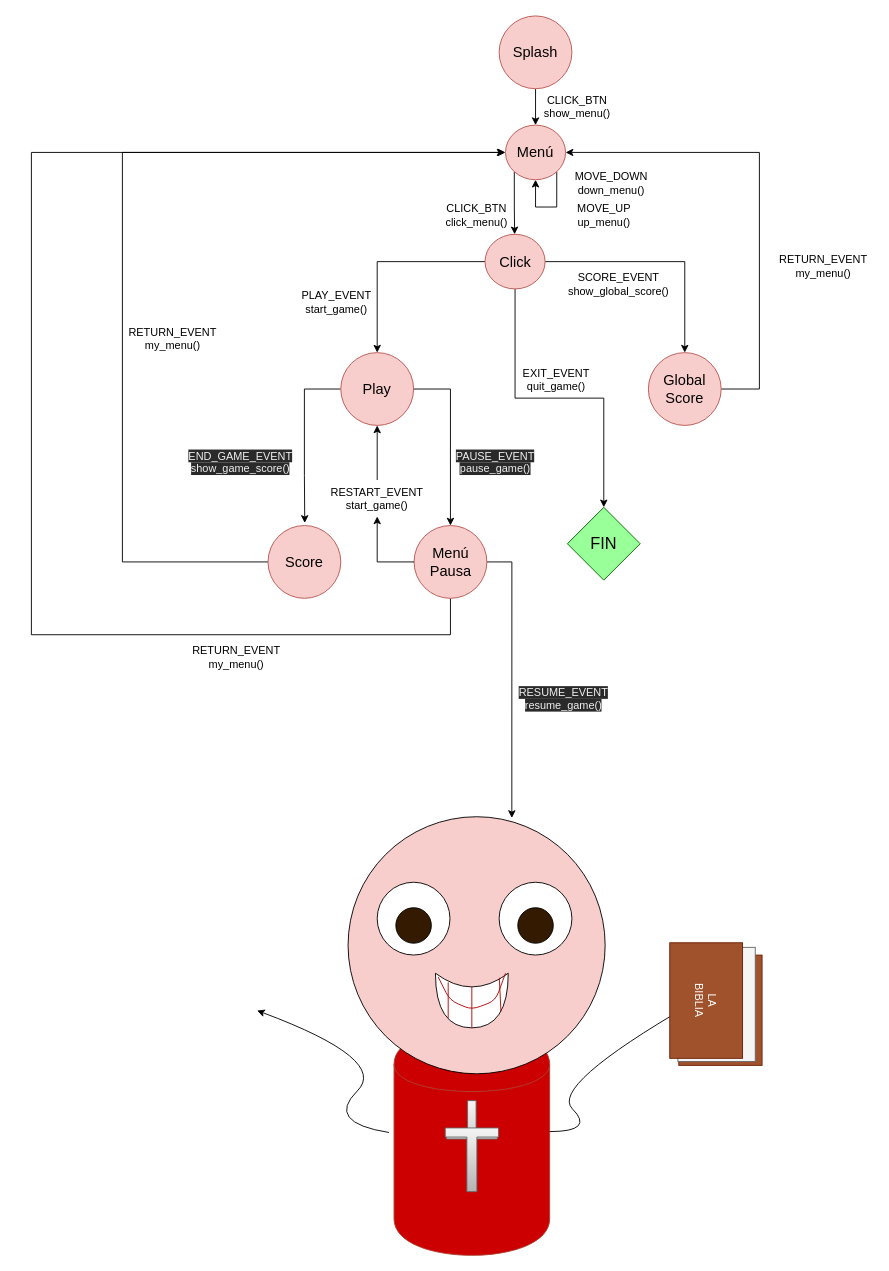
KevinWahle/Programacion-1-TP-Integrador keeps this draw.io diagram as some files/fsm_sketch.dio. Above is the earlier version. Source tidied: cells renumbered, new cells numbered last; positions are measured from the earlier drawing's top-left corner, leaving out a move shared by most shapes. Both pictures are drawn from the tidied source at 91%, with x=0, y=0 at pixel (31, 15).
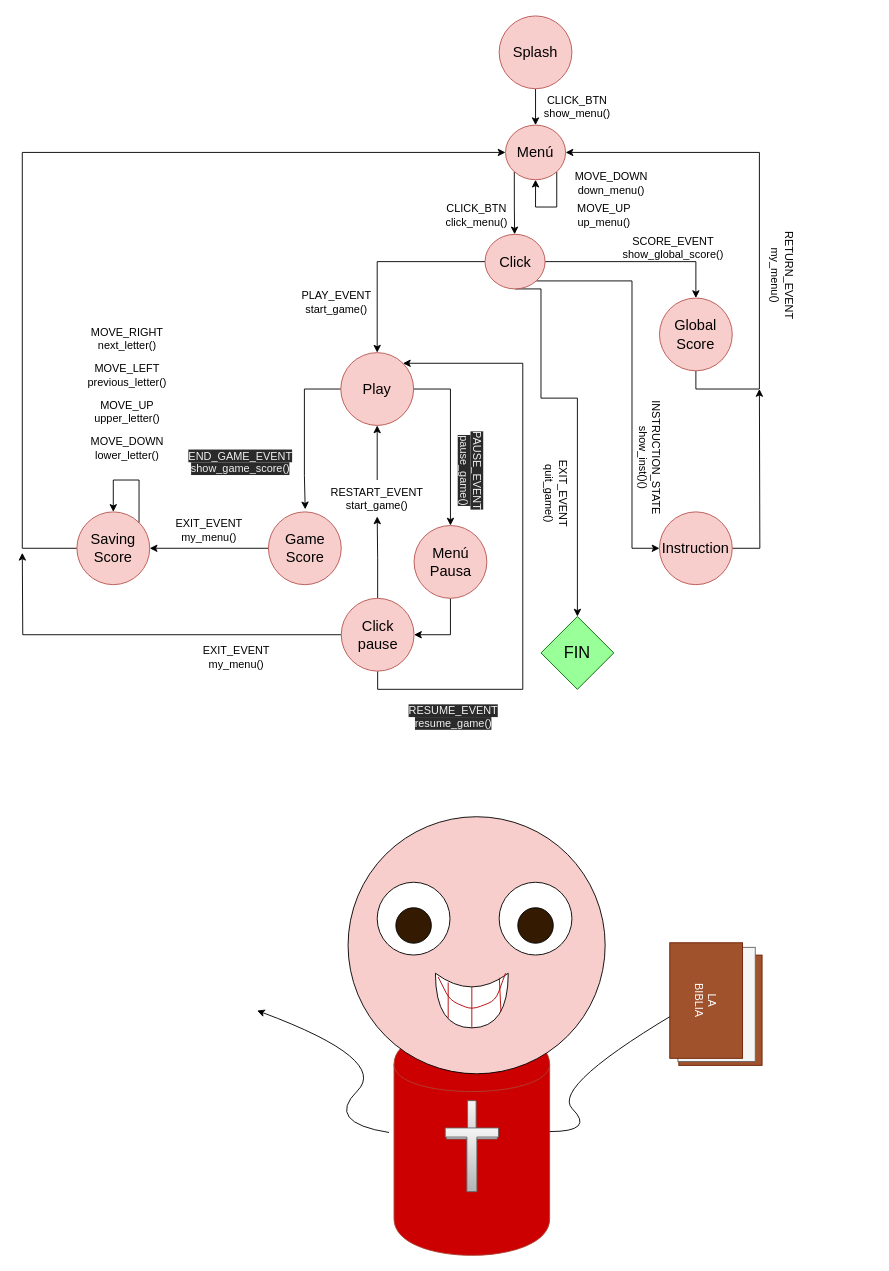
The same diagram, later.

The change refers to these unchanged cells:
```xml
<mxCell id="3" style="ellipse;whiteSpace=wrap;html=1;fillColor=#F8CECC;" parent="1" vertex="1">
  <mxGeometry x="348" y="880" width="282.5" height="282.5" as="geometry" />
</mxCell>
<mxCell id="6" value="Menú" style="ellipse;whiteSpace=wrap;html=1;fillColor=#f8cecc;strokeColor=#b85450;fontColor=#000000;fontSize=16;" parent="1" vertex="1">
  <mxGeometry x="521" y="120" width="66" height="60" as="geometry" />
</mxCell>
<mxCell id="15" value="Play" style="ellipse;whiteSpace=wrap;html=1;fillColor=#f8cecc;strokeColor=#b85450;fontColor=#000000;fontSize=16;" parent="1" vertex="1">
  <mxGeometry x="340" y="370" width="80" height="80" as="geometry" />
</mxCell>
<mxCell id="37" value="Click" style="ellipse;whiteSpace=wrap;html=1;fillColor=#f8cecc;strokeColor=#b85450;fontColor=#000000;fontSize=16;" parent="1" vertex="1">
  <mxGeometry x="498.5" y="240" width="66" height="60" as="geometry" />
</mxCell>
<mxCell id="47" value="Menú Pausa" style="ellipse;whiteSpace=wrap;html=1;fillColor=#f8cecc;strokeColor=#b85450;fontColor=#000000;fontSize=16;" parent="1" vertex="1">
  <mxGeometry x="420.5" y="560" width="80" height="80" as="geometry" />
</mxCell>
<mxCell id="51" value="&lt;font face=&quot;helvetica&quot;&gt;RESTART_EVENT&lt;br&gt;start_game()&lt;br&gt;&lt;br&gt;&lt;/font&gt;" style="text;whiteSpace=wrap;html=1;align=center;" parent="1" vertex="1">
  <mxGeometry x="330" y="510" width="100" height="40" as="geometry" />
</mxCell>
```

What changed in the source:
```diff
@@
     <mxCell id="10" value="Global Score" style="ellipse;whiteSpace=wrap;html=1;fillColor=#f8cecc;strokeColor=#b85450;fontColor=#000000;fontSize=16;" parent="1" vertex="1">
-      <mxGeometry x="678" y="370" width="80" height="80" as="geometry" />
+      <mxGeometry x="690.2" y="310" width="80" height="80" as="geometry" />
     </mxCell>
-    <mxCell id="11" value="EXIT_EVENT&lt;br&gt;quit_game()" style="text;html=1;strokeColor=none;fillColor=none;align=center;verticalAlign=middle;whiteSpace=wrap;rounded=0;" parent="1" vertex="1">
-      <mxGeometry x="534" y="365" width="86" height="70" as="geometry" />
+    <mxCell id="11" value="EXIT_EVENT&lt;br&gt;quit_game()" style="text;html=1;strokeColor=none;fillColor=none;align=center;verticalAlign=middle;whiteSpace=wrap;rounded=0;rotation=90;" parent="1" vertex="1">
+      <mxGeometry x="534" y="490" width="86" height="70" as="geometry" />
     </mxCell>
@@
     <mxCell id="36" style="edgeStyle=orthogonalEdgeStyle;rounded=0;jettySize=auto;html=1;exitX=0.5;exitY=1;exitDx=0;exitDy=0;entryX=0.5;entryY=0;entryDx=0;entryDy=0;" parent="1" edge="1" source="37" target="42">
-      <mxGeometry relative="1" as="geometry" />
+      <mxGeometry relative="1" as="geometry">
+        <Array as="points">
+          <mxPoint x="560" y="300" />
+          <mxPoint x="560" y="420" />
+          <mxPoint x="600" y="420" />
+        </Array>
+      </mxGeometry>
     </mxCell>
+    <mxCell id="56" style="edgeStyle=orthogonalEdgeStyle;rounded=0;jettySize=auto;html=1;exitX=1;exitY=1;exitDx=0;exitDy=0;entryX=0;entryY=0.5;entryDx=0;entryDy=0;" parent="1" edge="1" source="37" target="65">
+      <mxGeometry relative="1" as="geometry">
+        <Array as="points">
+          <mxPoint x="660" y="291" />
+          <mxPoint x="660" y="585" />
+        </Array>
+      </mxGeometry>
+    </mxCell>
@@
     <mxCell id="40" value="SCORE_EVENT&lt;br&gt;show_global_score()" style="text;html=1;align=center;verticalAlign=middle;" parent="1" vertex="1">
-      <mxGeometry x="580" y="280" width="130" height="30" as="geometry" />
+      <mxGeometry x="640.2" y="240" width="130" height="30" as="geometry" />
     </mxCell>
-    <mxCell id="41" value="&lt;span style=&quot;color: rgb(240 , 240 , 240) ; font-family: &amp;#34;helvetica&amp;#34; ; font-size: 12px ; font-style: normal ; font-weight: 400 ; letter-spacing: normal ; text-indent: 0px ; text-transform: none ; word-spacing: 0px ; background-color: rgb(42 , 42 , 42) ; float: none ; display: inline&quot;&gt;PAUSE_EVENT&lt;/span&gt;&lt;br style=&quot;color: rgb(240 , 240 , 240) ; font-family: &amp;#34;helvetica&amp;#34; ; font-size: 12px ; font-style: normal ; font-weight: 400 ; letter-spacing: normal ; text-indent: 0px ; text-transform: none ; word-spacing: 0px ; background-color: rgb(42 , 42 , 42)&quot;&gt;&lt;span style=&quot;color: rgb(240 , 240 , 240) ; font-family: &amp;#34;helvetica&amp;#34; ; font-size: 12px ; font-style: normal ; font-weight: 400 ; letter-spacing: normal ; text-indent: 0px ; text-transform: none ; word-spacing: 0px ; background-color: rgb(42 , 42 , 42) ; float: none ; display: inline&quot;&gt;pause_game()&lt;/span&gt;" style="text;whiteSpace=wrap;html=1;align=center;" parent="1" vertex="1">
-      <mxGeometry x="460" y="470" width="100" height="40" as="geometry" />
+    <mxCell id="41" value="&lt;span style=&quot;color: rgb(240 , 240 , 240) ; font-family: &amp;#34;helvetica&amp;#34; ; font-size: 12px ; font-style: normal ; font-weight: 400 ; letter-spacing: normal ; text-indent: 0px ; text-transform: none ; word-spacing: 0px ; background-color: rgb(42 , 42 , 42) ; float: none ; display: inline&quot;&gt;PAUSE_EVENT&lt;/span&gt;&lt;br style=&quot;color: rgb(240 , 240 , 240) ; font-family: &amp;#34;helvetica&amp;#34; ; font-size: 12px ; font-style: normal ; font-weight: 400 ; letter-spacing: normal ; text-indent: 0px ; text-transform: none ; word-spacing: 0px ; background-color: rgb(42 , 42 , 42)&quot;&gt;&lt;span style=&quot;color: rgb(240 , 240 , 240) ; font-family: &amp;#34;helvetica&amp;#34; ; font-size: 12px ; font-style: normal ; font-weight: 400 ; letter-spacing: normal ; text-indent: 0px ; text-transform: none ; word-spacing: 0px ; background-color: rgb(42 , 42 , 42) ; float: none ; display: inline&quot;&gt;pause_game()&lt;/span&gt;" style="text;whiteSpace=wrap;html=1;align=center;rotation=90;" parent="1" vertex="1">
+      <mxGeometry x="434" y="480" width="100" height="40" as="geometry" />
     </mxCell>
     <mxCell id="42" value="&lt;font style=&quot;font-size: 18px&quot;&gt;FIN&lt;/font&gt;" style="rhombus;whiteSpace=wrap;html=1;fillColor=#99FF99;strokeColor=#006600;" parent="1" vertex="1">
-      <mxGeometry x="589" y="540" width="80" height="80" as="geometry" />
+      <mxGeometry x="560" y="660" width="80" height="80" as="geometry" />
     </mxCell>
-    <mxCell id="43" style="edgeStyle=orthogonalEdgeStyle;rounded=0;jettySize=auto;html=1;exitX=0;exitY=0.5;exitDx=0;exitDy=0;" parent="1" edge="1" source="44">
-      <mxGeometry relative="1" as="geometry">
-        <mxPoint x="520" y="150" as="targetPoint" />
-        <Array as="points">
-          <mxPoint x="100" y="600" />
-          <mxPoint x="100" y="150" />
-        </Array>
-      </mxGeometry>
-    </mxCell>
+    <mxCell id="57" style="edgeStyle=orthogonalEdgeStyle;rounded=0;jettySize=auto;html=1;exitX=0;exitY=0.5;exitDx=0;exitDy=0;entryX=1;entryY=0.5;entryDx=0;entryDy=0;" parent="1" edge="1" source="44" target="63">
+      <mxGeometry relative="1" as="geometry" />
+    </mxCell>
-    <mxCell id="44" value="Score" style="ellipse;whiteSpace=wrap;html=1;fillColor=#f8cecc;strokeColor=#b85450;fontColor=#000000;fontSize=16;" parent="1" vertex="1">
-      <mxGeometry x="260" y="560" width="80" height="80" as="geometry" />
+    <mxCell id="44" value="Game&lt;br&gt;Score" style="ellipse;whiteSpace=wrap;html=1;fillColor=#f8cecc;strokeColor=#b85450;fontColor=#000000;fontSize=16;" parent="1" vertex="1">
+      <mxGeometry x="260.5" y="545" width="80" height="80" as="geometry" />
     </mxCell>
-    <mxCell id="45" style="edgeStyle=orthogonalEdgeStyle;rounded=0;jettySize=auto;html=1;entryX=0;entryY=0.5;entryDx=0;entryDy=0;" parent="1" edge="1" source="47" target="6">
-      <mxGeometry relative="1" as="geometry">
-        <Array as="points">
-          <mxPoint x="461" y="680" />
-          <mxPoint y="680" />
-          <mxPoint y="150" />
-        </Array>
-      </mxGeometry>
-    </mxCell>
-    <mxCell id="46" style="edgeStyle=orthogonalEdgeStyle;rounded=0;jettySize=auto;html=1;exitX=1;exitY=0.5;exitDx=0;exitDy=0;entryX=0.637;entryY=0.005;entryDx=0;entryDy=0;entryPerimeter=0;" parent="1" edge="1" source="47" target="3">
-      <mxGeometry relative="1" as="geometry" />
+    <mxCell id="46" style="edgeStyle=orthogonalEdgeStyle;rounded=0;jettySize=auto;html=1;exitX=0.5;exitY=1;exitDx=0;exitDy=0;entryX=1;entryY=0;entryDx=0;entryDy=0;" parent="1" edge="1" source="61" target="15">
+      <mxGeometry relative="1" as="geometry">
+        <Array as="points">
+          <mxPoint x="381" y="740" />
+          <mxPoint x="540" y="740" />
+          <mxPoint x="540" y="382" />
+        </Array>
+      </mxGeometry>
     </mxCell>
+    <mxCell id="58" style="edgeStyle=orthogonalEdgeStyle;rounded=0;jettySize=auto;html=1;exitX=0.5;exitY=1;exitDx=0;exitDy=0;entryX=1;entryY=0.5;entryDx=0;entryDy=0;" parent="1" edge="1" source="47" target="61">
+      <mxGeometry relative="1" as="geometry" />
+    </mxCell>
@@
-    <mxCell id="49" value="RETURN_EVENT&lt;br&gt;my_menu()" style="text;html=1;align=center;verticalAlign=middle;" parent="1" vertex="1">
-      <mxGeometry x="815" y="260" width="110" height="30" as="geometry" />
+    <mxCell id="49" value="RETURN_EVENT&lt;br&gt;my_menu()" style="text;html=1;align=center;verticalAlign=middle;rotation=90;" parent="1" vertex="1">
+      <mxGeometry x="770.2" y="270" width="110" height="30" as="geometry" />
     </mxCell>
@@
-    <mxCell id="52" style="edgeStyle=orthogonalEdgeStyle;rounded=0;jettySize=auto;html=1;exitX=0;exitY=0.5;exitDx=0;exitDy=0;entryX=0.5;entryY=1;entryDx=0;entryDy=0;" parent="1" edge="1" source="47" target="51">
-      <mxGeometry relative="1" as="geometry">
-        <Array as="points">
-          <mxPoint x="380" y="600" />
-        </Array>
-      </mxGeometry>
-    </mxCell>
-    <mxCell id="53" value="RETURN_EVENT&lt;br&gt;my_menu()" style="text;html=1;align=center;verticalAlign=middle;" parent="1" vertex="1">
-      <mxGeometry x="170" y="690" width="110" height="30" as="geometry" />
+    <mxCell id="53" value="EXIT_EVENT&lt;br&gt;my_menu()" style="text;html=1;align=center;verticalAlign=middle;" parent="1" vertex="1">
+      <mxGeometry x="180" y="690" width="90" height="30" as="geometry" />
     </mxCell>
-    <mxCell id="54" value="RETURN_EVENT&lt;br&gt;my_menu()" style="text;html=1;align=center;verticalAlign=middle;" parent="1" vertex="1">
-      <mxGeometry x="100" y="340" width="110" height="30" as="geometry" />
+    <mxCell id="54" value="EXIT_EVENT&lt;br&gt;my_menu()" style="text;html=1;align=center;verticalAlign=middle;" parent="1" vertex="1">
+      <mxGeometry x="150" y="550" width="90" height="30" as="geometry" />
     </mxCell>
     <mxCell id="55" value="&lt;span style=&quot;color: rgb(240 , 240 , 240) ; font-family: &amp;#34;helvetica&amp;#34; ; font-size: 12px ; font-style: normal ; font-weight: 400 ; letter-spacing: normal ; text-indent: 0px ; text-transform: none ; word-spacing: 0px ; background-color: rgb(42 , 42 , 42) ; float: none ; display: inline&quot;&gt;RESUME_EVENT&lt;/span&gt;&lt;br style=&quot;color: rgb(240 , 240 , 240) ; font-family: &amp;#34;helvetica&amp;#34; ; font-size: 12px ; font-style: normal ; font-weight: 400 ; letter-spacing: normal ; text-indent: 0px ; text-transform: none ; word-spacing: 0px ; background-color: rgb(42 , 42 , 42)&quot;&gt;&lt;span style=&quot;color: rgb(240 , 240 , 240) ; font-family: &amp;#34;helvetica&amp;#34; ; font-size: 12px ; font-style: normal ; font-weight: 400 ; letter-spacing: normal ; text-indent: 0px ; text-transform: none ; word-spacing: 0px ; background-color: rgb(42 , 42 , 42) ; float: none ; display: inline&quot;&gt;resume_game()&lt;/span&gt;" style="text;whiteSpace=wrap;html=1;align=center;" parent="1" vertex="1">
-      <mxGeometry x="534.5" y="730" width="100" height="40" as="geometry" />
+      <mxGeometry x="414" y="750" width="100" height="40" as="geometry" />
     </mxCell>
+    <mxCell id="59" style="edgeStyle=orthogonalEdgeStyle;rounded=0;jettySize=auto;html=1;exitX=0.5;exitY=0;exitDx=0;exitDy=0;entryX=0.5;entryY=1;entryDx=0;entryDy=0;" parent="1" edge="1" source="61" target="51">
+      <mxGeometry relative="1" as="geometry" />
+    </mxCell>
+    <mxCell id="60" style="edgeStyle=orthogonalEdgeStyle;rounded=0;jettySize=auto;html=1;exitX=0;exitY=0.5;exitDx=0;exitDy=0;" parent="1" edge="1" source="61">
+      <mxGeometry relative="1" as="geometry">
+        <mxPoint x="-10" y="590" as="targetPoint" />
+      </mxGeometry>
+    </mxCell>
+    <mxCell id="61" value="Click&lt;br&gt;pause" style="ellipse;whiteSpace=wrap;html=1;fillColor=#f8cecc;strokeColor=#b85450;fontColor=#000000;fontSize=16;" parent="1" vertex="1">
+      <mxGeometry x="340.5" y="640" width="80" height="80" as="geometry" />
+    </mxCell>
+    <mxCell id="62" style="edgeStyle=orthogonalEdgeStyle;rounded=0;jettySize=auto;html=1;exitX=0;exitY=0.5;exitDx=0;exitDy=0;entryX=0;entryY=0.5;entryDx=0;entryDy=0;" parent="1" edge="1" source="63" target="6">
+      <mxGeometry relative="1" as="geometry">
+        <Array as="points">
+          <mxPoint x="-10" y="585" />
+          <mxPoint x="-10" y="150" />
+        </Array>
+      </mxGeometry>
+    </mxCell>
+    <mxCell id="63" value="Saving&lt;br&gt;Score" style="ellipse;whiteSpace=wrap;html=1;fillColor=#f8cecc;strokeColor=#b85450;fontColor=#000000;fontSize=16;" parent="1" vertex="1">
+      <mxGeometry x="50" y="545" width="80" height="80" as="geometry" />
+    </mxCell>
+    <mxCell id="64" style="edgeStyle=orthogonalEdgeStyle;rounded=0;jettySize=auto;html=1;exitX=1;exitY=0.5;exitDx=0;exitDy=0;" parent="1" edge="1" source="65">
+      <mxGeometry relative="1" as="geometry">
+        <mxPoint x="800" y="410" as="targetPoint" />
+      </mxGeometry>
+    </mxCell>
+    <mxCell id="65" value="Instruction" style="ellipse;whiteSpace=wrap;html=1;fillColor=#f8cecc;strokeColor=#b85450;fontColor=#000000;fontSize=16;" parent="1" vertex="1">
+      <mxGeometry x="690.2" y="545" width="80" height="80" as="geometry" />
+    </mxCell>
+    <mxCell id="66" value="INSTRUCTION_STATE&lt;br&gt;show_inst()()" style="text;html=1;align=center;verticalAlign=middle;rotation=90;" parent="1" vertex="1">
+      <mxGeometry x="610" y="470" width="140" height="30" as="geometry" />
+    </mxCell>
+    <mxCell id="67" style="edgeStyle=orthogonalEdgeStyle;rounded=0;orthogonalLoop=1;jettySize=auto;html=1;exitX=1;exitY=0;exitDx=0;exitDy=0;entryX=0.5;entryY=0;entryDx=0;entryDy=0;" parent="1" edge="1" source="63" target="63">
+      <mxGeometry relative="1" as="geometry">
+        <Array as="points">
+          <mxPoint x="118" y="510" />
+          <mxPoint x="90" y="510" />
+        </Array>
+      </mxGeometry>
+    </mxCell>
+    <mxCell id="68" value="MOVE_UP&lt;br&gt;upper_letter()" style="text;html=1;align=center;verticalAlign=middle;" parent="1" vertex="1">
+      <mxGeometry x="60" y="420" width="90" height="30" as="geometry" />
+    </mxCell>
+    <mxCell id="69" value="MOVE_DOWN&lt;br&gt;lower_letter()" style="text;html=1;align=center;verticalAlign=middle;" parent="1" vertex="1">
+      <mxGeometry x="55" y="460" width="100" height="30" as="geometry" />
+    </mxCell>
+    <mxCell id="70" value="MOVE_LEFT&lt;br&gt;previous_letter()" style="text;html=1;align=center;verticalAlign=middle;" parent="1" vertex="1">
+      <mxGeometry x="55" y="380" width="100" height="30" as="geometry" />
+    </mxCell>
+    <mxCell id="71" value="MOVE_RIGHT&lt;br&gt;next_letter()" style="text;html=1;align=center;verticalAlign=middle;" parent="1" vertex="1">
+      <mxGeometry x="60" y="340" width="90" height="30" as="geometry" />
+    </mxCell>
```
